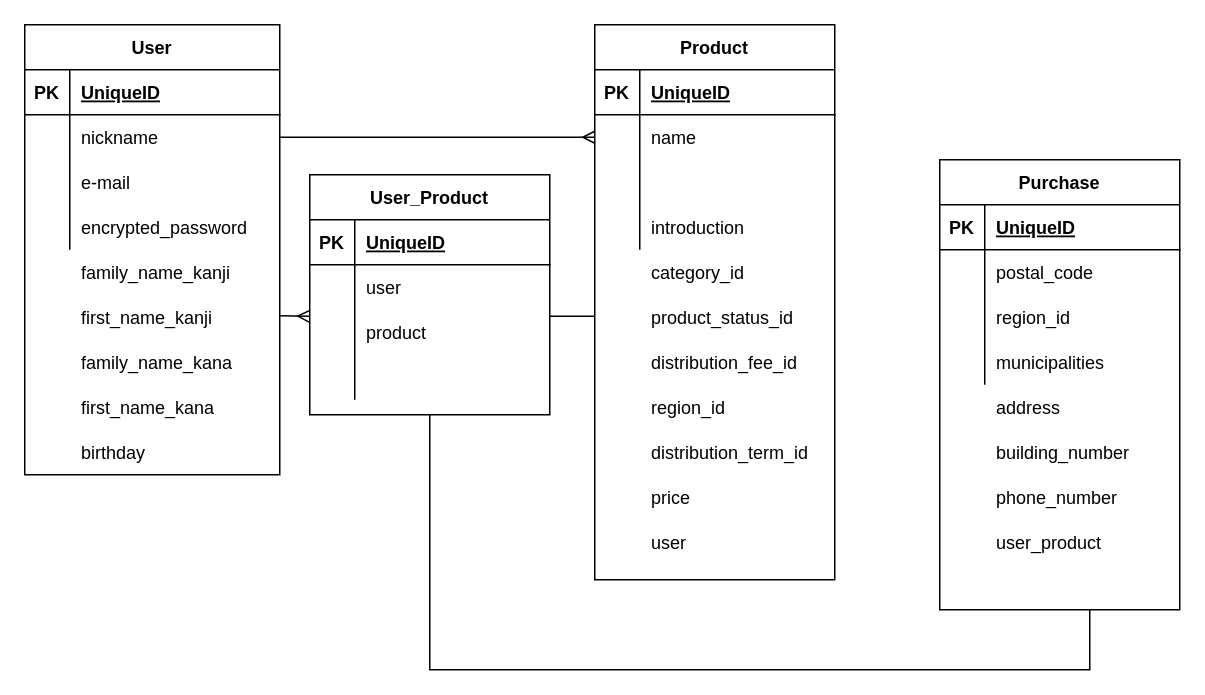
The draw.io diagram furima.dio in kammy0603/furima-30941, before the edit. Source tidied: cells renumbered, new cells numbered last; positions are measured from the earlier drawing's top-left corner, leaving out a move shared by most shapes. Both pictures are drawn from the tidied source at 150%, with x=0, y=0 at pixel (24, 24).
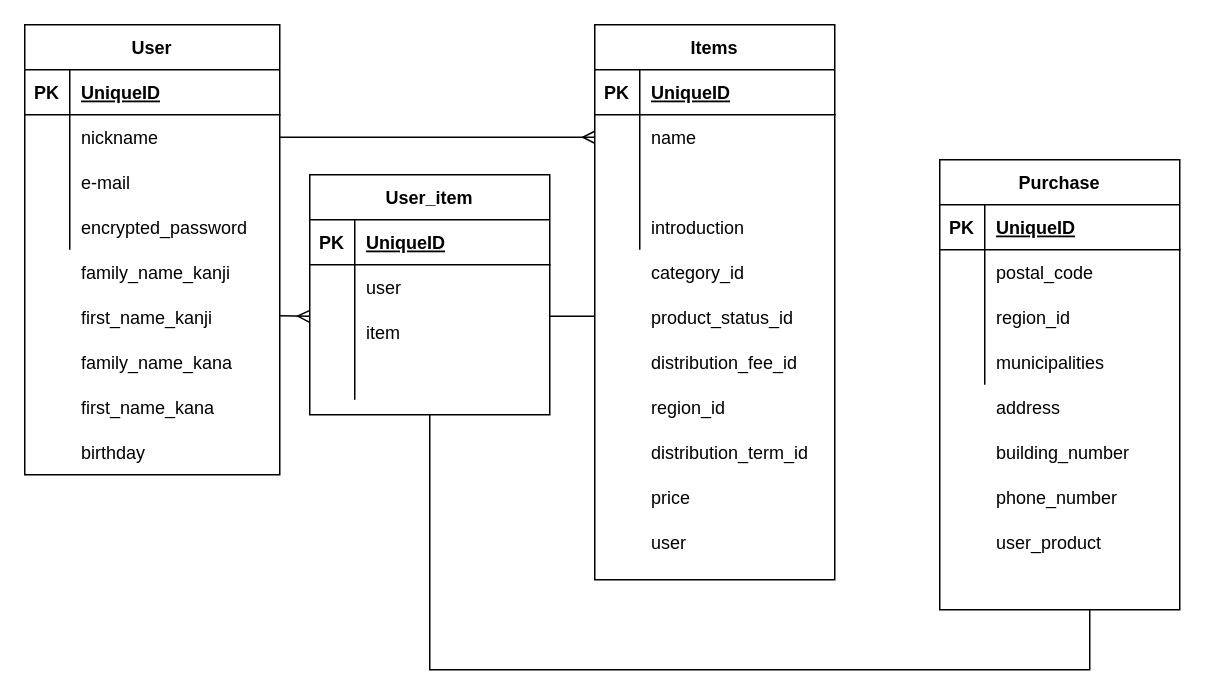
The same diagram, later.

The change refers to these unchanged cells:
```xml
<mxCell id="36" style="shape=partialRectangle;fillColor=none;top=0;left=0;bottom=0;right=0;" parent="29" vertex="1">
  <mxGeometry y="90" width="160" height="30" as="geometry" />
</mxCell>
```

What changed in the source:
```diff
@@
-    <mxCell id="29" value="User_Product" style="shape=table;startSize=30;childLayout=tableLayout;rowLines=0;fontStyle=1;align=center;" parent="1" vertex="1">
+    <mxCell id="29" value="User_item" style="shape=table;startSize=30;childLayout=tableLayout;rowLines=0;fontStyle=1;align=center;" parent="1" vertex="1">
       <mxGeometry x="190" y="100" width="160" height="160" as="geometry" />
     </mxCell>
@@
-    <mxCell id="38" value="product" style="shape=partialRectangle;fillColor=none;top=0;left=0;bottom=0;right=0;align=left;spacingLeft=6;overflow=hidden;" parent="36" vertex="1">
+    <mxCell id="38" value="item" style="shape=partialRectangle;fillColor=none;top=0;left=0;bottom=0;right=0;align=left;spacingLeft=6;overflow=hidden;" parent="36" vertex="1">
       <mxGeometry x="30" width="130" height="30" as="geometry" />
     </mxCell>
@@
-    <mxCell id="81" value="Product" style="shape=table;startSize=30;childLayout=tableLayout;rowLines=0;fontStyle=1;align=center;" parent="1" vertex="1">
+    <mxCell id="81" value="Items" style="shape=table;startSize=30;childLayout=tableLayout;rowLines=0;fontStyle=1;align=center;" parent="1" vertex="1">
       <mxGeometry x="380" width="160" height="370" as="geometry" />
     </mxCell>
```
